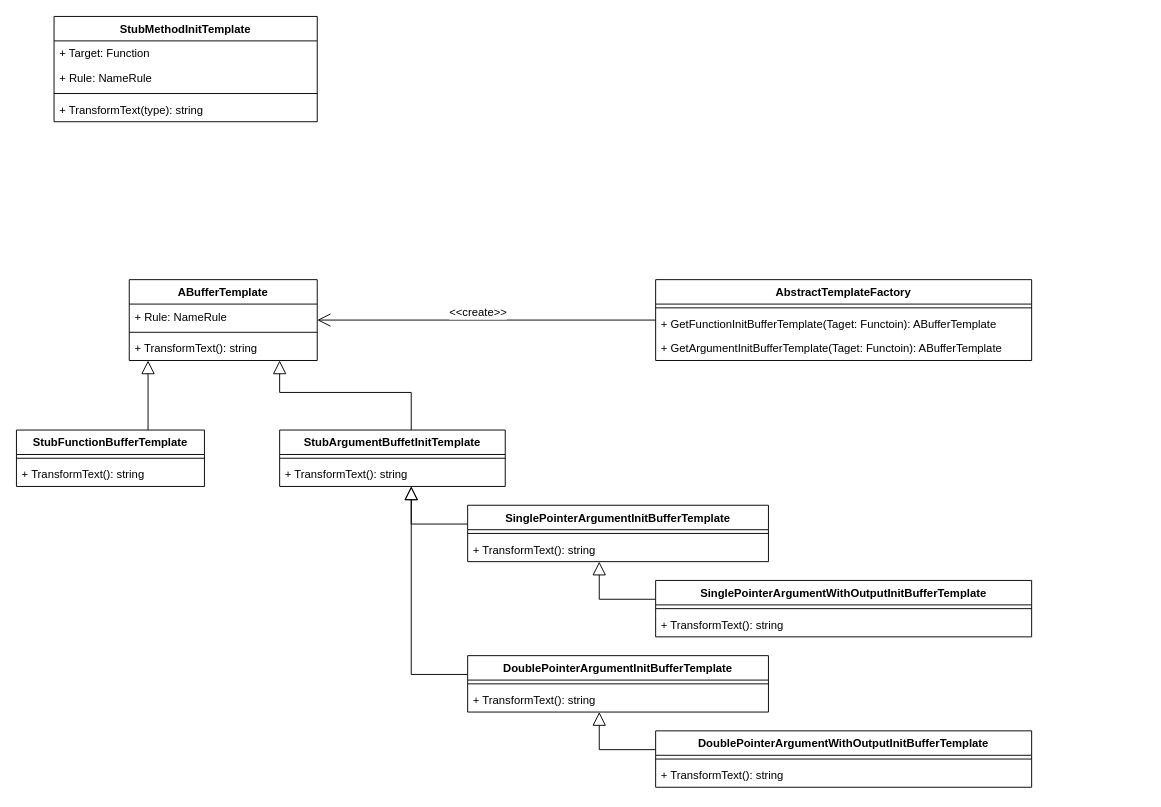
This is page "StubMethodTemplate(クラス図)" (9 of 9) of doc/design/AutoTestPrep_StubCodeGenerator.drawio from CountrySideEngineer/AutoTestPrep, a draw.io file, before an edit. Source tidied: cells renumbered, new cells numbered last; positions are measured from the earlier drawing's top-left corner, leaving out a move shared by most shapes. Both pictures are drawn from the tidied source at 94%, with x=0, y=0 at pixel (16, 16).
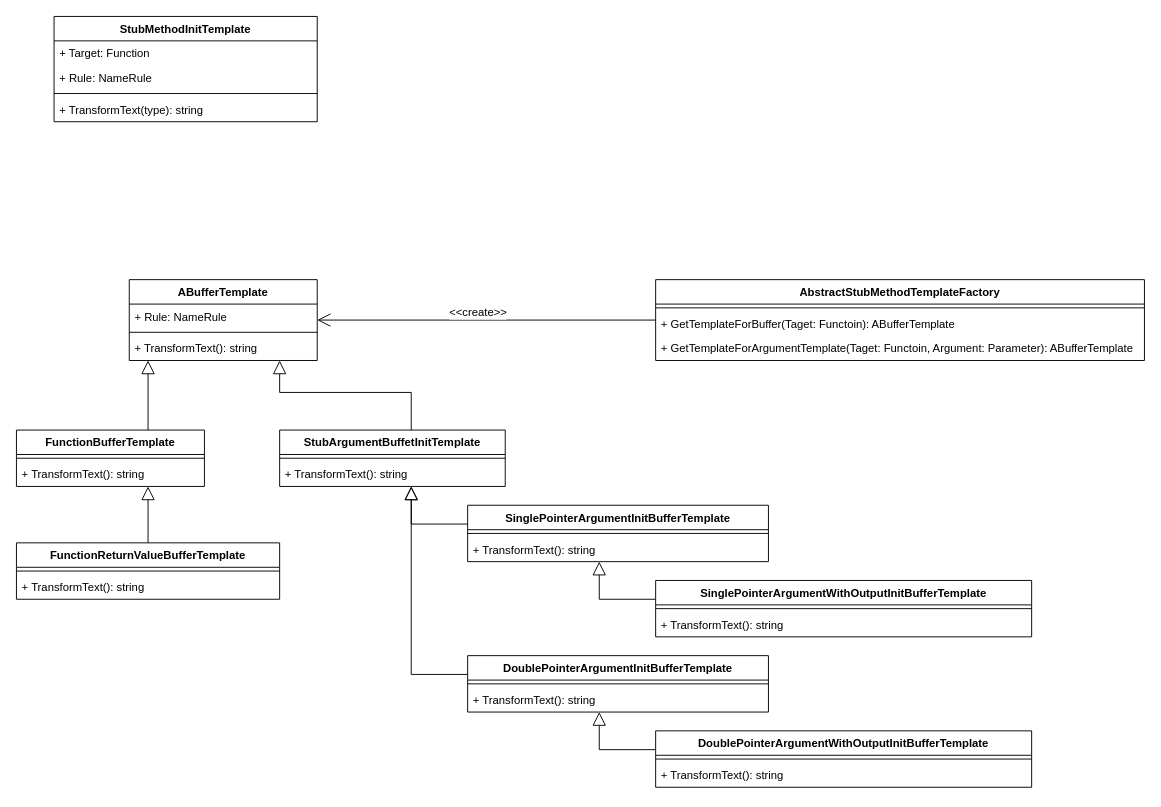
The same diagram, later.

The edit, as a diff of the source:
```diff
@@
-    <mxCell id="13" value="AbstractTemplateFactory" style="swimlane;fontStyle=1;align=center;verticalAlign=top;horizontal=1;startSize=26;" parent="1" vertex="1">
-      <mxGeometry x="680" y="280" width="400" height="86" as="geometry" />
+    <mxCell id="13" value="AbstractStubMethodTemplateFactory" style="swimlane;fontStyle=1;align=center;verticalAlign=top;horizontal=1;startSize=26;" parent="1" vertex="1">
+      <mxGeometry x="680" y="280" width="520" height="86" as="geometry" />
     </mxCell>
     <mxCell id="14" style="line;strokeWidth=1;fillColor=none;align=left;verticalAlign=middle;spacingTop=-1;spacingLeft=3;spacingRight=3;labelPosition=right;" parent="13" vertex="1">
-      <mxGeometry y="26" width="400" height="8" as="geometry" />
+      <mxGeometry y="26" width="520" height="8" as="geometry" />
     </mxCell>
-    <mxCell id="15" value="+ GetFunctionInitBufferTemplate(Taget: Functoin): ABufferTemplate" style="text;strokeColor=none;fillColor=none;align=left;verticalAlign=top;spacingLeft=4;spacingRight=4;overflow=hidden;" parent="13" vertex="1">
-      <mxGeometry y="34" width="400" height="26" as="geometry" />
-    </mxCell>
-    <mxCell id="16" value="+ GetArgumentInitBufferTemplate(Taget: Functoin): ABufferTemplate" style="text;strokeColor=none;fillColor=none;align=left;verticalAlign=top;spacingLeft=4;spacingRight=4;overflow=hidden;" parent="13" vertex="1">
-      <mxGeometry y="60" width="400" height="26" as="geometry" />
-    </mxCell>
+    <mxCell id="41" value="+ GetTemplateForBuffer(Taget: Functoin): ABufferTemplate" style="text;strokeColor=none;fillColor=none;align=left;verticalAlign=top;spacingLeft=4;spacingRight=4;overflow=hidden;" parent="13" vertex="1">
+      <mxGeometry y="34" width="520" height="26" as="geometry" />
+    </mxCell>
+    <mxCell id="42" value="+ GetTemplateForArgumentTemplate(Taget: Functoin, Argument: Parameter): ABufferTemplate" style="text;strokeColor=none;fillColor=none;align=left;verticalAlign=top;spacingLeft=4;spacingRight=4;overflow=hidden;" parent="13" vertex="1">
+      <mxGeometry y="60" width="520" height="26" as="geometry" />
+    </mxCell>
@@
-    <mxCell id="18" value="StubFunctionBufferTemplate" style="swimlane;fontStyle=1;align=center;verticalAlign=top;horizontal=1;startSize=26;" parent="1" vertex="1">
+    <mxCell id="18" value="FunctionBufferTemplate" style="swimlane;fontStyle=1;align=center;verticalAlign=top;horizontal=1;startSize=26;" parent="1" vertex="1">
       <mxGeometry y="440" width="200" height="60" as="geometry" />
     </mxCell>
@@
+    <mxCell id="43" style="edgeStyle=orthogonalEdgeStyle;rounded=0;jettySize=auto;html=1;endArrow=block;endFill=0;endSize=12;" parent="1" edge="1" source="44" target="18">
+      <mxGeometry relative="1" as="geometry">
+        <Array as="points">
+          <mxPoint x="140" y="520" />
+          <mxPoint x="140" y="520" />
+        </Array>
+      </mxGeometry>
+    </mxCell>
+    <mxCell id="44" value="FunctionReturnValueBufferTemplate" style="swimlane;fontStyle=1;align=center;verticalAlign=top;horizontal=1;startSize=26;" parent="1" vertex="1">
+      <mxGeometry y="560" width="280" height="60" as="geometry" />
+    </mxCell>
+    <mxCell id="45" style="line;strokeWidth=1;fillColor=none;align=left;verticalAlign=middle;spacingTop=-1;spacingLeft=3;spacingRight=3;labelPosition=right;" parent="44" vertex="1">
+      <mxGeometry y="26" width="280" height="8" as="geometry" />
+    </mxCell>
+    <mxCell id="46" value="+ TransformText(): string" style="text;strokeColor=none;fillColor=none;align=left;verticalAlign=top;spacingLeft=4;spacingRight=4;overflow=hidden;" parent="44" vertex="1">
+      <mxGeometry y="34" width="280" height="26" as="geometry" />
+    </mxCell>
```
